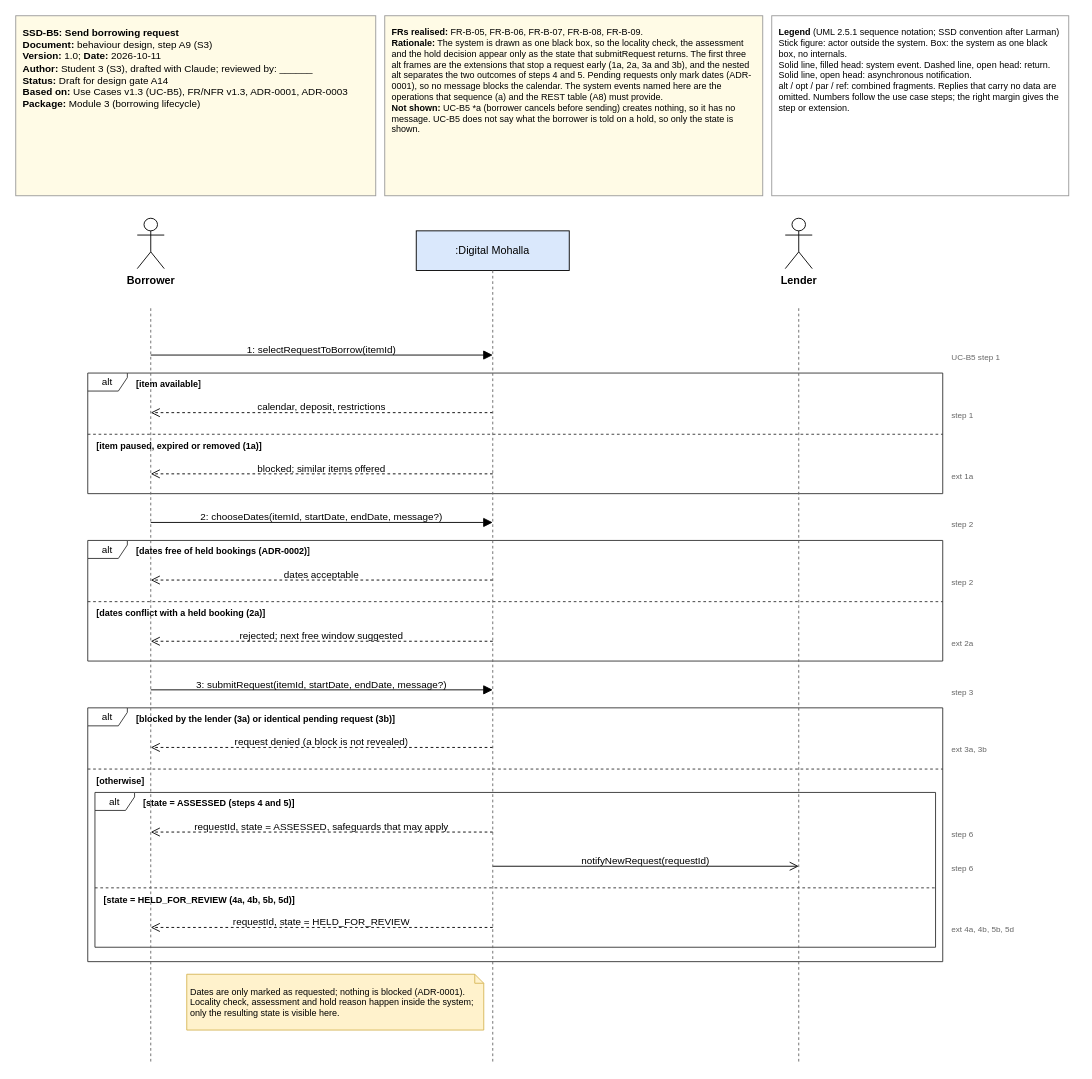
Earlier version of the draw.io diagram page "SSD-B5 Send borrowing request" (1 of 4) of docs/design/02_use_case_model/ssd_diagrams.drawio (Areeba444/DigitalMohalla). Source tidied: cells renumbered, new cells numbered last; positions are measured from the earlier drawing's top-left corner, leaving out a move shared by most shapes. Both pictures are drawn from the tidied source at 90%, with x=0, y=0 at pixel (15, 15).
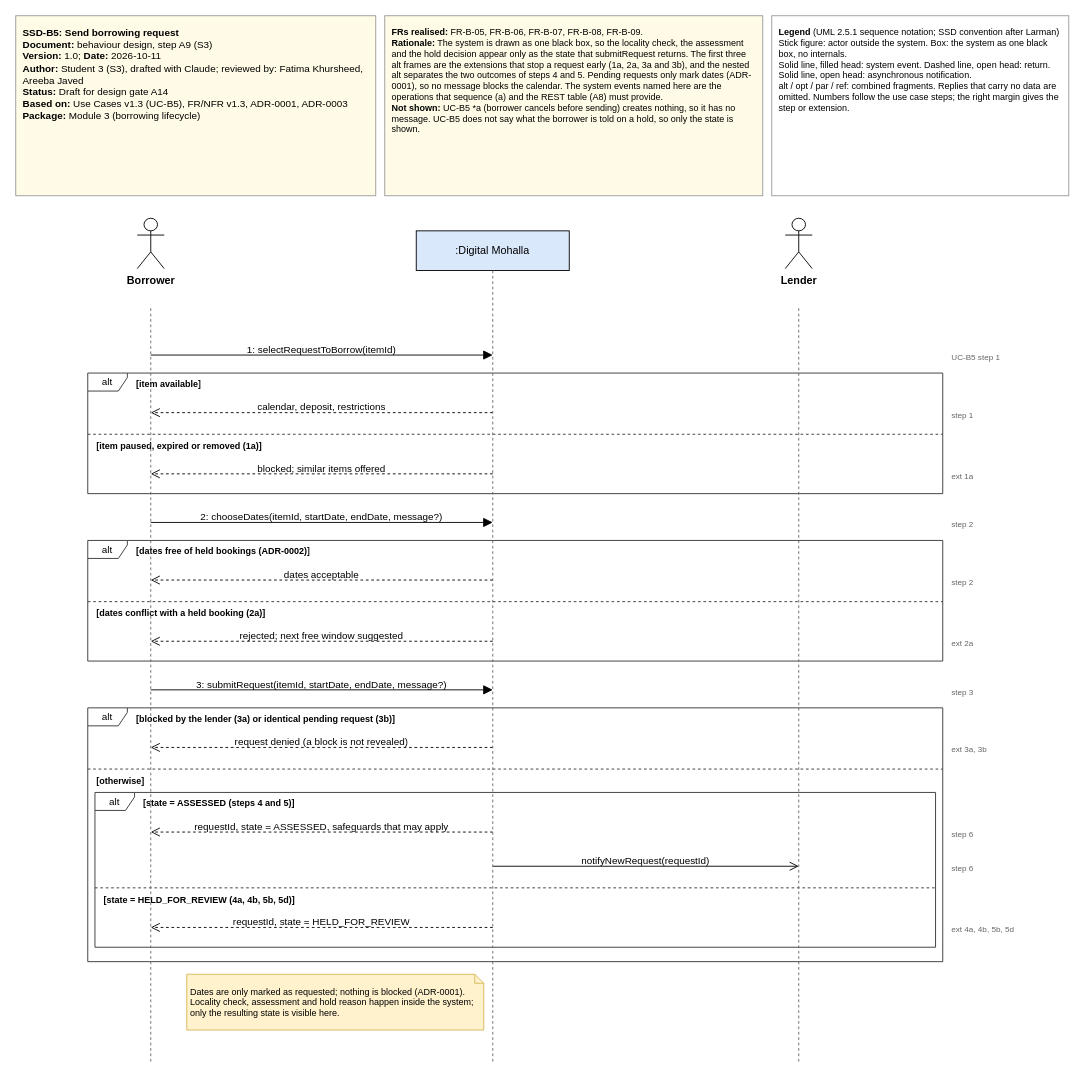
After the change.

What changed in the source:
```diff
@@
-    <mxCell id="2" value="&lt;b&gt;SSD-B5: Send borrowing request&lt;/b&gt;&lt;br&gt;&lt;b&gt;Document:&lt;/b&gt; behaviour design, step A9 (S3)&lt;br&gt;&lt;b&gt;Version:&lt;/b&gt; 1.0; &lt;b&gt;Date:&lt;/b&gt; 2026-10-11&lt;br&gt;&lt;b&gt;Author:&lt;/b&gt; Student 3 (S3), drafted with Claude; reviewed by: ______&lt;br&gt;&lt;b&gt;Status:&lt;/b&gt; Draft for design gate A14&lt;br&gt;&lt;b&gt;Based on:&lt;/b&gt; Use Cases v1.3 (UC-B5), FR/NFR v1.3, ADR-0001, ADR-0003&lt;br&gt;&lt;b&gt;Package:&lt;/b&gt; Module 3 (borrowing lifecycle)" style="rounded=0;fillColor=#fffbe6;strokeColor=#999999;html=1;verticalAlign=top;align=left;spacing=8;fontSize=11;whiteSpace=wrap;" parent="1" vertex="1">
+    <mxCell id="2" value="&lt;b&gt;SSD-B5: Send borrowing request&lt;/b&gt;&lt;br&gt;&lt;b&gt;Document:&lt;/b&gt; behaviour design, step A9 (S3)&lt;br&gt;&lt;b&gt;Version:&lt;/b&gt; 1.0; &lt;b&gt;Date:&lt;/b&gt; 2026-10-11&lt;br&gt;&lt;b&gt;Author:&lt;/b&gt; Student 3 (S3), drafted with Claude; reviewed by: Fatima Khursheed, Areeba Javed&lt;br&gt;&lt;b&gt;Status:&lt;/b&gt; Draft for design gate A14&lt;br&gt;&lt;b&gt;Based on:&lt;/b&gt; Use Cases v1.3 (UC-B5), FR/NFR v1.3, ADR-0001, ADR-0003&lt;br&gt;&lt;b&gt;Package:&lt;/b&gt; Module 3 (borrowing lifecycle)" style="rounded=0;fillColor=#fffbe6;strokeColor=#999999;html=1;verticalAlign=top;align=left;spacing=8;fontSize=11;whiteSpace=wrap;" parent="1" vertex="1">
       <mxGeometry width="400" height="200" as="geometry" />
     </mxCell>
```
